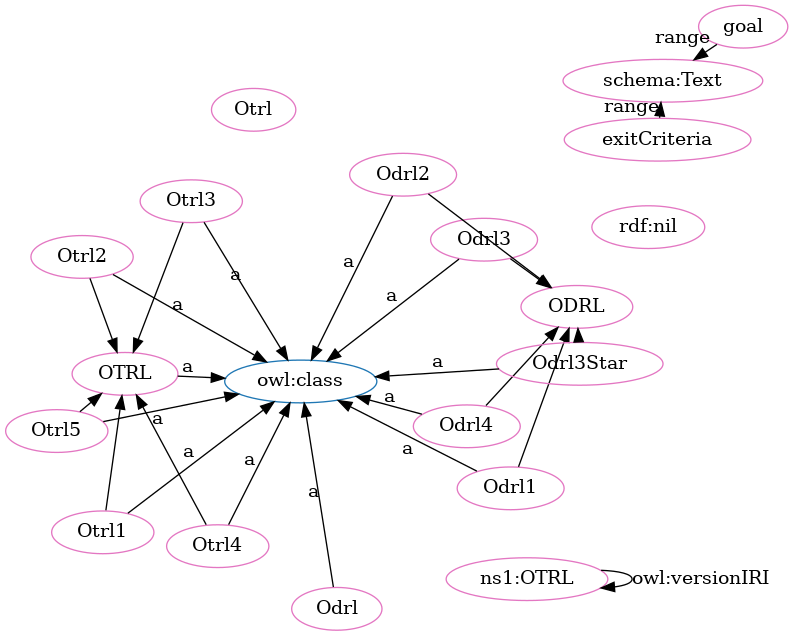
Before: OTRL-clean.png, a diagram exported from Graphviz (OPEN-NEXT/OKH-LOSH). Its source is kept beside it as OTRL-clean.dot.
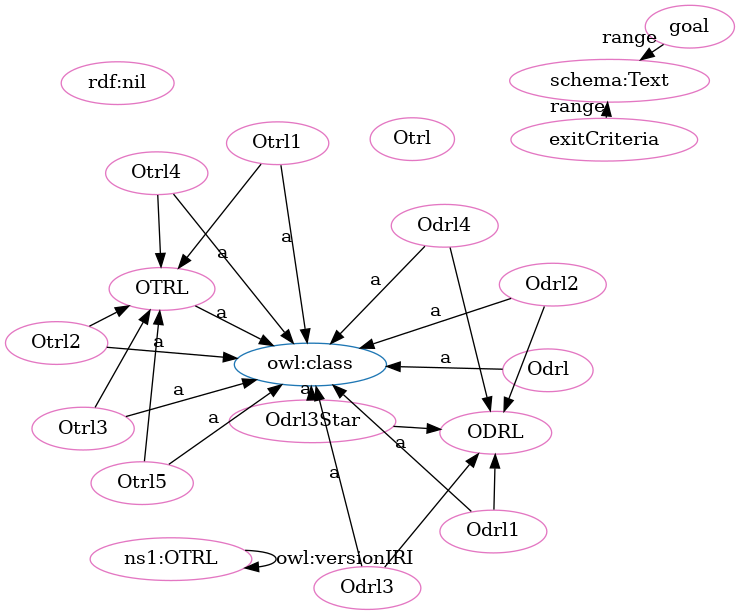
The same file after the commit.

The edit, as a diff of the source:
```diff
@@ -4,48 +4,48 @@
 "http://purl.org/oseg/ontologies/OTRL#OTRL" [fillcolor="#1f77b4" color="#1f77b4" label="OTRL"]
 "http://www.w3.org/2002/07/owl#class" [fillcolor="#1f77b4" color="#1f77b4" label="owl:class"]
 "http://purl.org/oseg/ontologies/OTRL#ODRL" [fillcolor="#1f77b4" color="#1f77b4" label="ODRL"]
+"http://purl.org/oseg/ontologies/OTRL#Otrl4" [fillcolor="#e377c2" color="#e377c2" label="Otrl4"]
+"http://www.w3.org/1999/02/22-rdf-syntax-ns#nil" [fillcolor="#e377c2" color="#e377c2" label="rdf:nil"]
+"http://purl.org/oseg/ontologies/OTRL#Odrl4" [fillcolor="#e377c2" color="#e377c2" label="Odrl4"]
+"http://purl.org/oseg/ontologies/OTRL#Otrl2" [fillcolor="#e377c2" color="#e377c2" label="Otrl2"]
+"http://purl.org/oseg/ontologies/OTRL#Odrl3Star" [fillcolor="#e377c2" color="#e377c2" label="Odrl3Star"]
+"http://purl.org/oseg/ontologies/OTRL#OTRL" [fillcolor="#e377c2" color="#e377c2" label="OTRL"]
+"http://purl.org/oseg/ontologies/OTRL#Odrl" [fillcolor="#e377c2" color="#e377c2" label="Odrl"]
+"http://purl.org/oseg/ontologies/OTRL#Odrl3" [fillcolor="#e377c2" color="#e377c2" label="Odrl3"]
+"http://purl.org/oseg/ontologies/OTRL#Otrl" [fillcolor="#e377c2" color="#e377c2" label="Otrl"]
+"http://purl.org/oseg/ontologies/OTRL#ODRL" [fillcolor="#e377c2" color="#e377c2" label="ODRL"]
+"http://purl.org/oseg/ontologies/OTRL#Otrl5" [fillcolor="#e377c2" color="#e377c2" label="Otrl5"]
+"http://purl.org/oseg/ontologies/OTRL#Odrl1" [fillcolor="#e377c2" color="#e377c2" label="Odrl1"]
+"http://schema.org/Text" [fillcolor="#e377c2" color="#e377c2" label="schema:Text"]
+"http://purl.org/oseg/ontologies/OTRL#Otrl3" [fillcolor="#e377c2" color="#e377c2" label="Otrl3"]
 "http://purl.org/oseg/ontologies/OTRL" [fillcolor="#e377c2" color="#e377c2" label="ns1:OTRL"]
-"http://schema.org/Text" [fillcolor="#e377c2" color="#e377c2" label="schema:Text"]
-"http://purl.org/oseg/ontologies/OTRL#OTRL" [fillcolor="#e377c2" color="#e377c2" label="OTRL"]
-"http://purl.org/oseg/ontologies/OTRL#ODRL" [fillcolor="#e377c2" color="#e377c2" label="ODRL"]
-"http://purl.org/oseg/ontologies/OTRL#Odrl3" [fillcolor="#e377c2" color="#e377c2" label="Odrl3"]
-"http://www.w3.org/1999/02/22-rdf-syntax-ns#nil" [fillcolor="#e377c2" color="#e377c2" label="rdf:nil"]
-"http://purl.org/oseg/ontologies/OTRL#Otrl2" [fillcolor="#e377c2" color="#e377c2" label="Otrl2"]
+"http://purl.org/oseg/ontologies/OTRL#Otrl1" [fillcolor="#e377c2" color="#e377c2" label="Otrl1"]
+"http://purl.org/oseg/ontologies/OTRL#goal" [fillcolor="#e377c2" color="#e377c2" label="goal"]
 "http://purl.org/oseg/ontologies/OTRL#Odrl2" [fillcolor="#e377c2" color="#e377c2" label="Odrl2"]
-"http://purl.org/oseg/ontologies/OTRL#goal" [fillcolor="#e377c2" color="#e377c2" label="goal"]
-"http://purl.org/oseg/ontologies/OTRL#Odrl" [fillcolor="#e377c2" color="#e377c2" label="Odrl"]
-"http://purl.org/oseg/ontologies/OTRL#Odrl4" [fillcolor="#e377c2" color="#e377c2" label="Odrl4"]
-"http://purl.org/oseg/ontologies/OTRL#Otrl1" [fillcolor="#e377c2" color="#e377c2" label="Otrl1"]
-"http://purl.org/oseg/ontologies/OTRL#Otrl4" [fillcolor="#e377c2" color="#e377c2" label="Otrl4"]
-"http://purl.org/oseg/ontologies/OTRL#Otrl" [fillcolor="#e377c2" color="#e377c2" label="Otrl"]
-"http://purl.org/oseg/ontologies/OTRL#Odrl1" [fillcolor="#e377c2" color="#e377c2" label="Odrl1"]
-"http://purl.org/oseg/ontologies/OTRL#Otrl5" [fillcolor="#e377c2" color="#e377c2" label="Otrl5"]
 "http://purl.org/oseg/ontologies/OTRL#exitCriteria" [fillcolor="#e377c2" color="#e377c2" label="exitCriteria"]
-"http://purl.org/oseg/ontologies/OTRL#Odrl3Star" [fillcolor="#e377c2" color="#e377c2" label="Odrl3Star"]
-"http://purl.org/oseg/ontologies/OTRL#Otrl3" [fillcolor="#e377c2" color="#e377c2" label="Otrl3"]
-  "http://purl.org/oseg/ontologies/OTRL" -> "http://purl.org/oseg/ontologies/OTRL" [label="owl:versionIRI"]
-  "http://purl.org/oseg/ontologies/OTRL#Odrl3" -> "http://www.w3.org/2002/07/owl#class" [label="a"]
-  "http://purl.org/oseg/ontologies/OTRL#OTRL" -> "http://www.w3.org/2002/07/owl#class" [label="a"]
-  "http://purl.org/oseg/ontologies/OTRL#Otrl1" -> "http://www.w3.org/2002/07/owl#class" [label="a"]
   "http://purl.org/oseg/ontologies/OTRL#Otrl4" -> "http://www.w3.org/2002/07/owl#class" [label="a"]
-  "http://purl.org/oseg/ontologies/OTRL#Otrl1" -> "http://purl.org/oseg/ontologies/OTRL#OTRL" [label=""]
-  "http://purl.org/oseg/ontologies/OTRL#Otrl3" -> "http://www.w3.org/2002/07/owl#class" [label="a"]
-  "http://purl.org/oseg/ontologies/OTRL#Odrl4" -> "http://purl.org/oseg/ontologies/OTRL#ODRL" [label=""]
-  "http://purl.org/oseg/ontologies/OTRL#Odrl" -> "http://www.w3.org/2002/07/owl#class" [label="a"]
-  "http://purl.org/oseg/ontologies/OTRL#goal" -> "http://schema.org/Text" [label="range"]
-  "http://purl.org/oseg/ontologies/OTRL#Otrl4" -> "http://purl.org/oseg/ontologies/OTRL#OTRL" [label=""]
-  "http://purl.org/oseg/ontologies/OTRL#Odrl2" -> "http://purl.org/oseg/ontologies/OTRL#ODRL" [label=""]
   "http://purl.org/oseg/ontologies/OTRL#Otrl2" -> "http://www.w3.org/2002/07/owl#class" [label="a"]
-  "http://purl.org/oseg/ontologies/OTRL#Odrl2" -> "http://www.w3.org/2002/07/owl#class" [label="a"]
-  "http://purl.org/oseg/ontologies/OTRL#exitCriteria" -> "http://schema.org/Text" [label="range"]
-  "http://purl.org/oseg/ontologies/OTRL#Otrl3" -> "http://purl.org/oseg/ontologies/OTRL#OTRL" [label=""]
-  "http://purl.org/oseg/ontologies/OTRL#Odrl4" -> "http://www.w3.org/2002/07/owl#class" [label="a"]
-  "http://purl.org/oseg/ontologies/OTRL#Odrl1" -> "http://purl.org/oseg/ontologies/OTRL#ODRL" [label=""]
+  "http://purl.org/oseg/ontologies/OTRL#Otrl5" -> "http://www.w3.org/2002/07/owl#class" [label="a"]
   "http://purl.org/oseg/ontologies/OTRL#Otrl2" -> "http://purl.org/oseg/ontologies/OTRL#OTRL" [label=""]
   "http://purl.org/oseg/ontologies/OTRL#Odrl1" -> "http://www.w3.org/2002/07/owl#class" [label="a"]
-  "http://purl.org/oseg/ontologies/OTRL#Otrl5" -> "http://www.w3.org/2002/07/owl#class" [label="a"]
+  "http://purl.org/oseg/ontologies/OTRL#exitCriteria" -> "http://schema.org/Text" [label="range"]
+  "http://purl.org/oseg/ontologies/OTRL#Odrl1" -> "http://purl.org/oseg/ontologies/OTRL#ODRL" [label=""]
+  "http://purl.org/oseg/ontologies/OTRL" -> "http://purl.org/oseg/ontologies/OTRL" [label="owl:versionIRI"]
+  "http://purl.org/oseg/ontologies/OTRL#goal" -> "http://schema.org/Text" [label="range"]
+  "http://purl.org/oseg/ontologies/OTRL#OTRL" -> "http://www.w3.org/2002/07/owl#class" [label="a"]
+  "http://purl.org/oseg/ontologies/OTRL#Odrl2" -> "http://www.w3.org/2002/07/owl#class" [label="a"]
+  "http://purl.org/oseg/ontologies/OTRL#Odrl2" -> "http://purl.org/oseg/ontologies/OTRL#ODRL" [label=""]
+  "http://purl.org/oseg/ontologies/OTRL#Odrl4" -> "http://www.w3.org/2002/07/owl#class" [label="a"]
+  "http://purl.org/oseg/ontologies/OTRL#Odrl3Star" -> "http://www.w3.org/2002/07/owl#class" [label="a"]
+  "http://purl.org/oseg/ontologies/OTRL#Otrl3" -> "http://purl.org/oseg/ontologies/OTRL#OTRL" [label=""]
+  "http://purl.org/oseg/ontologies/OTRL#Odrl3" -> "http://www.w3.org/2002/07/owl#class" [label="a"]
+  "http://purl.org/oseg/ontologies/OTRL#Odrl4" -> "http://purl.org/oseg/ontologies/OTRL#ODRL" [label=""]
   "http://purl.org/oseg/ontologies/OTRL#Odrl3Star" -> "http://purl.org/oseg/ontologies/OTRL#ODRL" [label=""]
+  "http://purl.org/oseg/ontologies/OTRL#Otrl1" -> "http://purl.org/oseg/ontologies/OTRL#OTRL" [label=""]
   "http://purl.org/oseg/ontologies/OTRL#Odrl3" -> "http://purl.org/oseg/ontologies/OTRL#ODRL" [label=""]
-  "http://purl.org/oseg/ontologies/OTRL#Odrl3Star" -> "http://www.w3.org/2002/07/owl#class" [label="a"]
+  "http://purl.org/oseg/ontologies/OTRL#Otrl3" -> "http://www.w3.org/2002/07/owl#class" [label="a"]
+  "http://purl.org/oseg/ontologies/OTRL#Odrl" -> "http://www.w3.org/2002/07/owl#class" [label="a"]
+  "http://purl.org/oseg/ontologies/OTRL#Otrl1" -> "http://www.w3.org/2002/07/owl#class" [label="a"]
+  "http://purl.org/oseg/ontologies/OTRL#Otrl4" -> "http://purl.org/oseg/ontologies/OTRL#OTRL" [label=""]
   "http://purl.org/oseg/ontologies/OTRL#Otrl5" -> "http://purl.org/oseg/ontologies/OTRL#OTRL" [label=""]
 }
```
